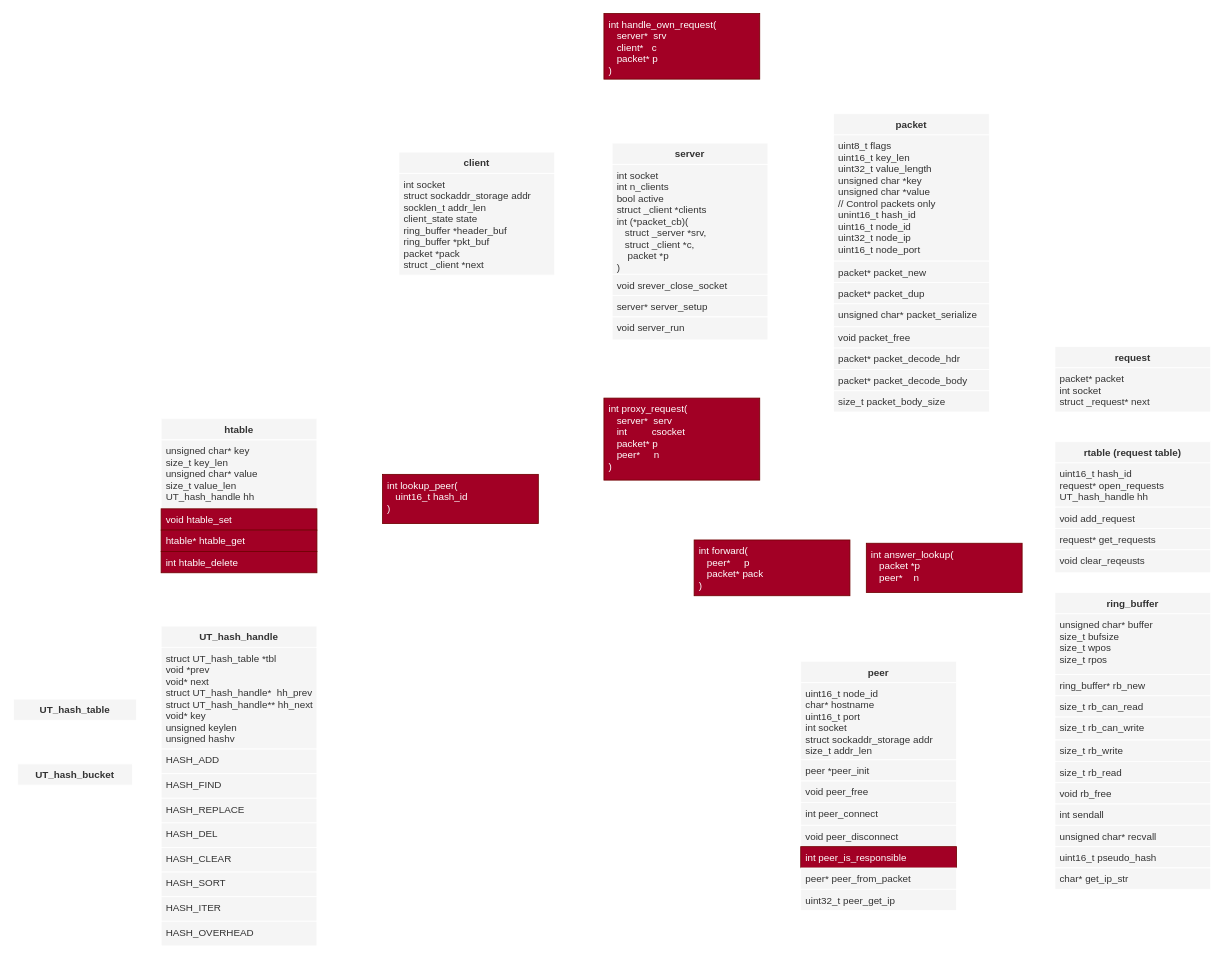
DerBrunoIR/tkn_project_2 keeps this draw.io diagram as praxis2.drawio. Above is the earlier version. Source tidied: cells renumbered, new cells numbered last; positions are measured from the earlier drawing's top-left corner, leaving out a move shared by most shapes. Both pictures are drawn from the tidied source at 82%, with x=0, y=0 at pixel (13, 13).
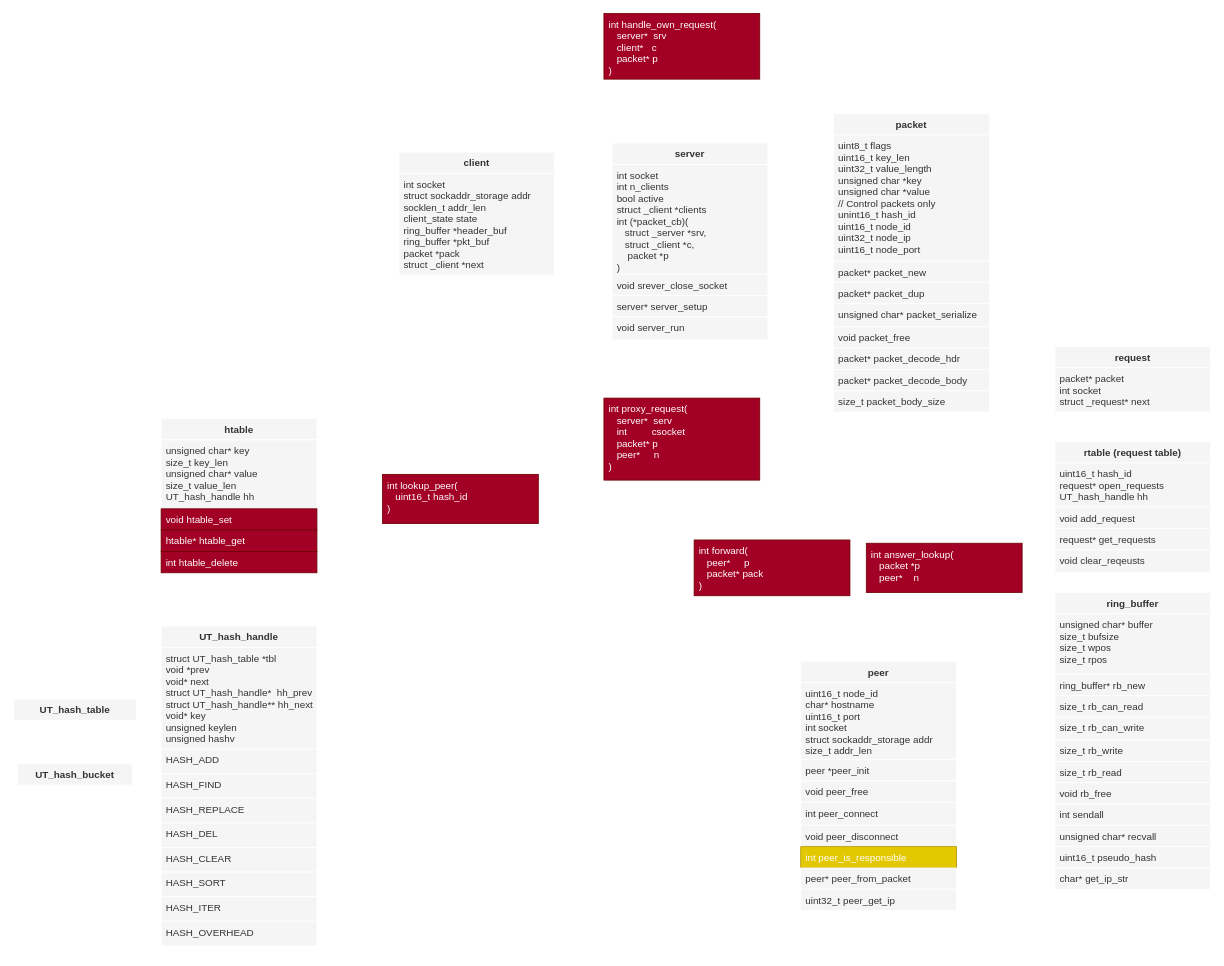
The same page after the edit.

Unchanged cells that the change refers to:
```xml
<mxCell id="45" value="peer" style="swimlane;fontStyle=1;align=center;verticalAlign=top;horizontal=1;startSize=26;labelBackgroundColor=none;fillColor=#f5f5f5;strokeColor=#FFFFFF;fontColor=#333333;" parent="1" vertex="1">
  <mxGeometry x="960" y="790" width="190" height="312" as="geometry" />
</mxCell>
```

The edit, as a diff of the source:
```diff
@@
-    <mxCell id="51" value="int peer_is_responsible" style="text;align=left;verticalAlign=top;spacingLeft=4;spacingRight=4;overflow=hidden;labelBackgroundColor=none;fillColor=#a20025;strokeColor=#6F0000;fontColor=#ffffff;" parent="45" vertex="1">
+    <mxCell id="51" value="int peer_is_responsible" style="text;align=left;verticalAlign=top;spacingLeft=4;spacingRight=4;overflow=hidden;labelBackgroundColor=none;fillColor=#e3c800;strokeColor=#B09500;fontColor=#ffffff;" parent="45" vertex="1">
       <mxGeometry y="226" width="190" height="26" as="geometry" />
     </mxCell>
```
